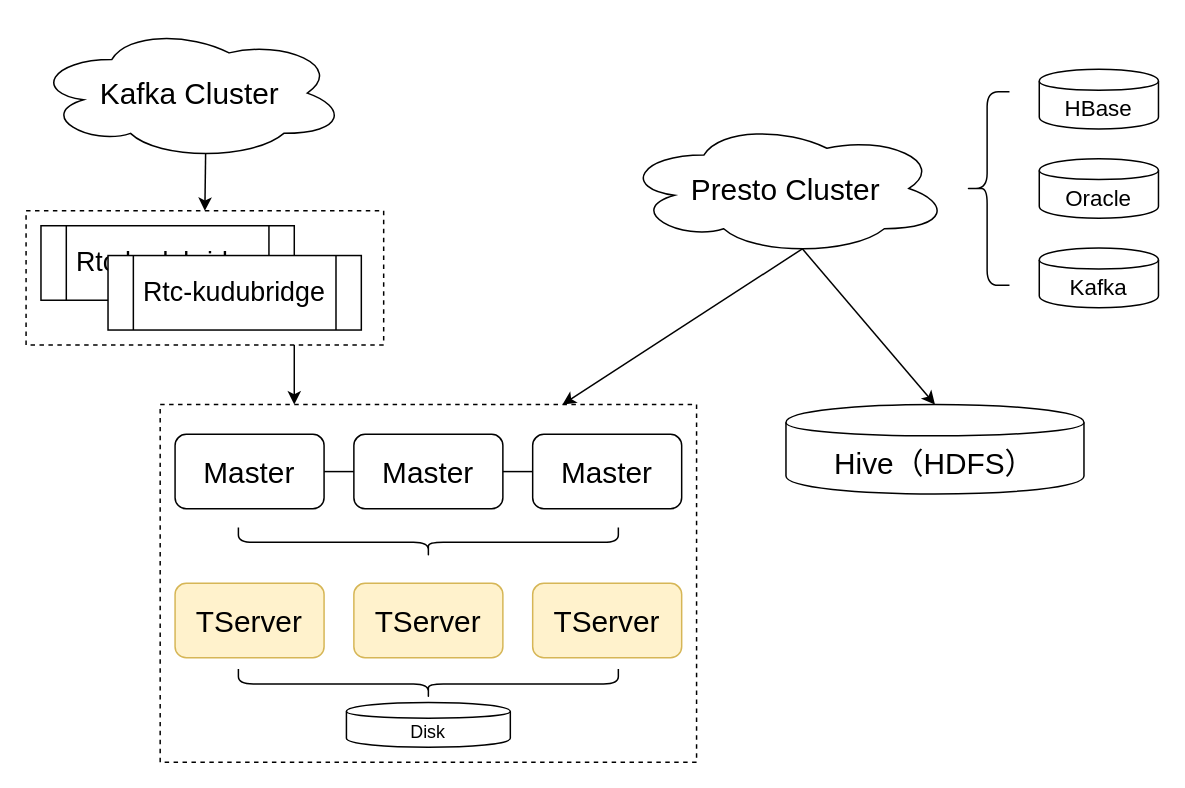
This is map/kudu-architecture.drawio from imperio-wxm/draw, a draw.io file, before an edit. Source tidied: cells renumbered, new cells numbered last; positions are measured from the earlier drawing's top-left corner, leaving out a move shared by most shapes. Both pictures are drawn from the tidied source at 149%, with x=0, y=0 at pixel (25, 25).
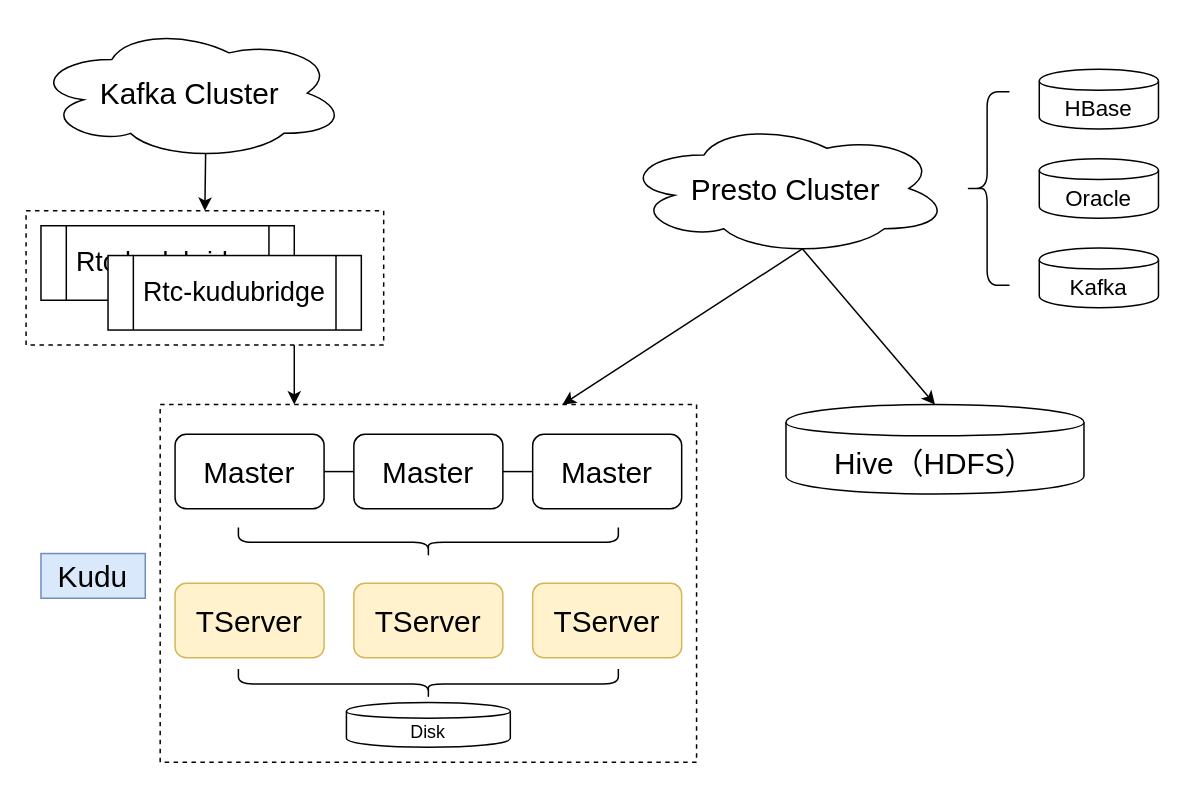
The same diagram, later.

What changed in the source:
```diff
@@
+    <mxCell id="29" value="&lt;font style=&quot;font-size: 20px&quot;&gt;Kudu&lt;/font&gt;" style="text;html=1;strokeColor=#6c8ebf;fillColor=#dae8fc;align=center;verticalAlign=middle;whiteSpace=wrap;rounded=0;" parent="1" vertex="1">
+      <mxGeometry x="10" y="354" width="70" height="30" as="geometry" />
+    </mxCell>
```
